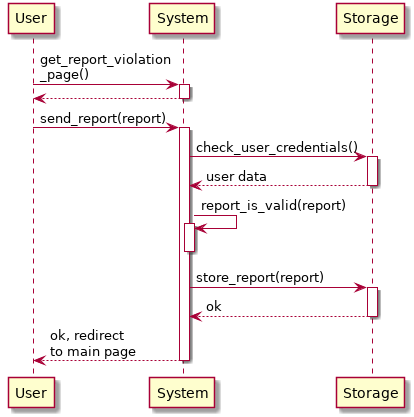
This is RASD/images/useCases/creation_of_new_report.png from GiorgioUghini/SafeStreets, a PlantUML export, as it was before one commit.
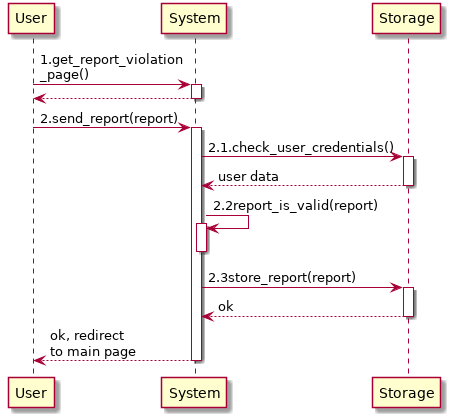
Above is the later version.

The edit, as a diff of the source:
```diff
@@ -5,14 +5,14 @@
 
     autoactivate on
 
-    U -> S: get_report_violation\n_page()
+    U -> S: 1.get_report_violation\n_page()
     return
-    U -> S: send_report(report)
-    S -> ST: check_user_credentials()
+    U -> S: 2.send_report(report)
+    S -> ST: 2.1.check_user_credentials()
     return user data
-    S -> S: report_is_valid(report)
+    S -> S: 2.2report_is_valid(report)
     deactivate S
-    S -> ST: store_report(report)
+    S -> ST: 2.3store_report(report)
     return ok
     return ok, redirect\nto main page
 @enduml
```
